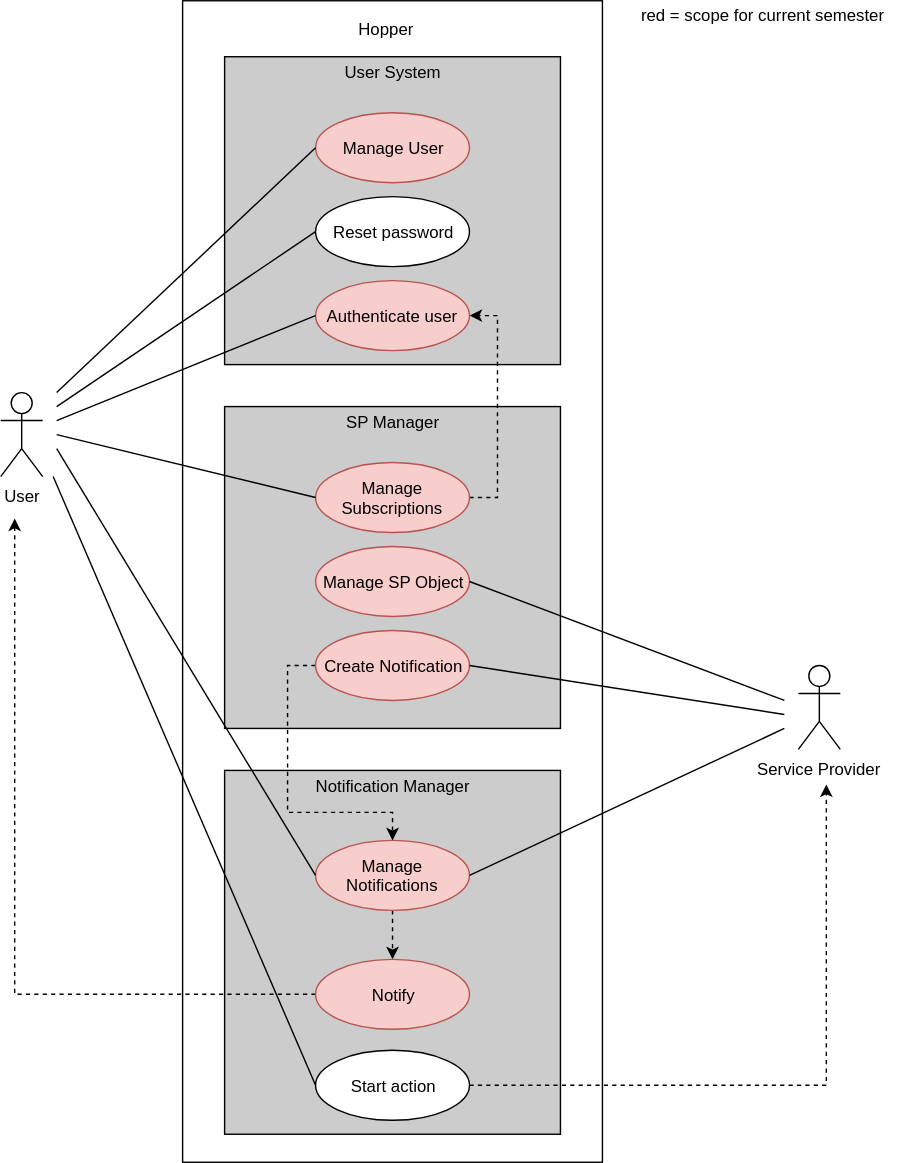
hopperteam/hopper-doc keeps this draw.io diagram as img/ucd.svg. Above is the earlier version. Source tidied: cells renumbered, new cells last; positions are measured from the earlier drawing's top-left corner, leaving out a move shared by most shapes.
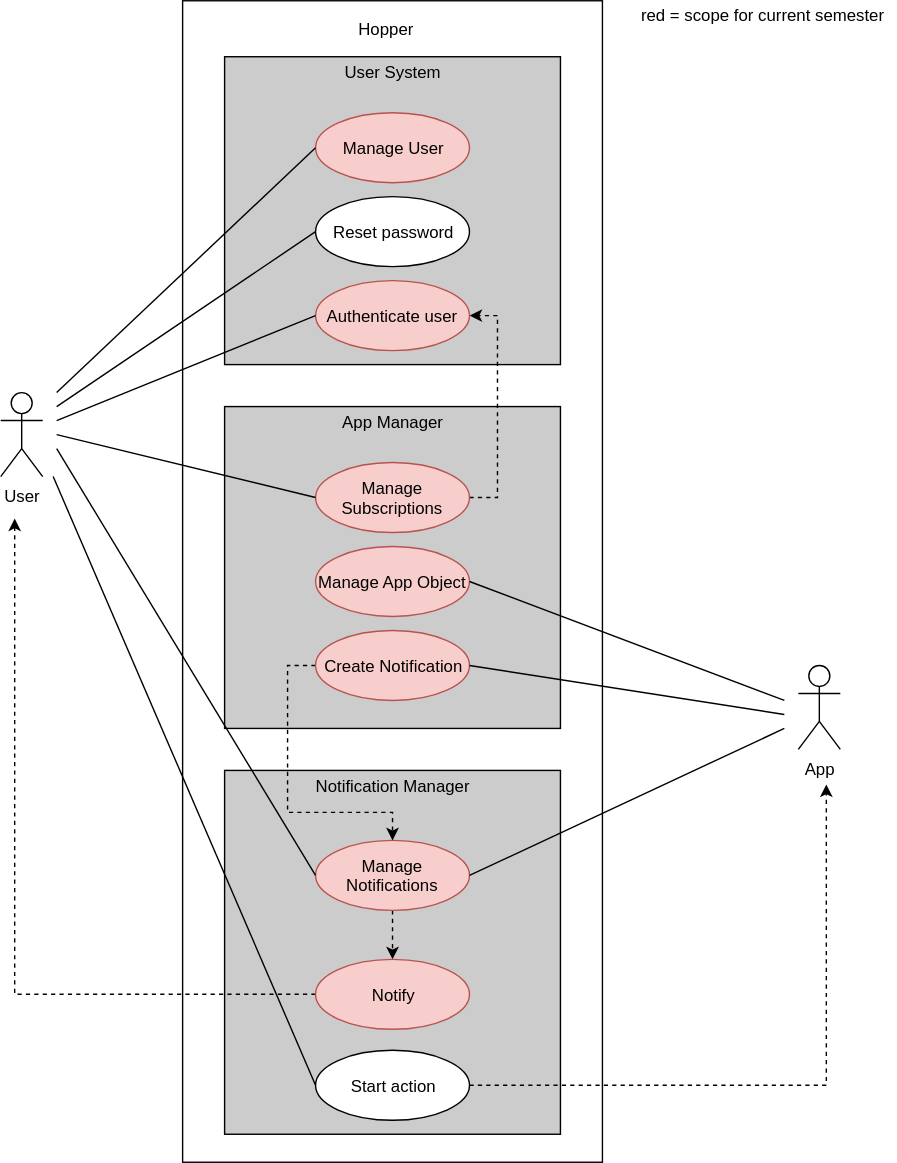
Later version of the same file.

Commit message:
Replace SP with app in SVGs

The edit, as a diff of the source:
```diff
@@ -27,10 +27,10 @@
         <mxPoint x="40" y="290" as="sourcePoint" />
       </mxGeometry>
     </mxCell>
-    <mxCell id="9" value="&lt;p style=&quot;margin: 0px ; margin-top: 4px ; text-align: center&quot;&gt;SP Manager&lt;/p&gt;" style="verticalAlign=top;align=left;overflow=fill;fontSize=12;fontFamily=Helvetica;html=1;gradientColor=none;fillColor=#CCCCCC;" parent="1" vertex="1">
+    <mxCell id="9" value="&lt;p style=&quot;margin: 0px ; margin-top: 4px ; text-align: center&quot;&gt;App Manager&lt;/p&gt;" style="verticalAlign=top;align=left;overflow=fill;fontSize=12;fontFamily=Helvetica;html=1;gradientColor=none;fillColor=#CCCCCC;" parent="1" vertex="1">
       <mxGeometry x="160" y="290" width="240" height="230" as="geometry" />
     </mxCell>
-    <mxCell id="10" value="Manage SP Object" style="ellipse;whiteSpace=wrap;html=1;fillColor=#f8cecc;strokeColor=#b85450;" parent="1" vertex="1">
+    <mxCell id="10" value="Manage App Object" style="ellipse;whiteSpace=wrap;html=1;fillColor=#f8cecc;strokeColor=#b85450;" parent="1" vertex="1">
       <mxGeometry x="225" y="390" width="110" height="50" as="geometry" />
     </mxCell>
     <mxCell id="11" style="edgeStyle=orthogonalEdgeStyle;rounded=0;jettySize=auto;html=1;exitX=1;exitY=0.5;exitDx=0;exitDy=0;entryX=1;entryY=0.5;entryDx=0;entryDy=0;dashed=1;" parent="1" edge="1" source="12" target="13">
@@ -42,7 +42,7 @@
     <mxCell id="13" value="Authenticate user" style="ellipse;whiteSpace=wrap;html=1;fillColor=#f8cecc;strokeColor=#b85450;" parent="1" vertex="1">
       <mxGeometry x="225" y="200" width="110" height="50" as="geometry" />
     </mxCell>
-    <mxCell id="14" value="Service Provider" style="shape=umlActor;verticalLabelPosition=bottom;labelBackgroundColor=#ffffff;verticalAlign=top;html=1;" parent="1" vertex="1">
+    <mxCell id="14" value="App" style="shape=umlActor;verticalLabelPosition=bottom;labelBackgroundColor=#ffffff;verticalAlign=top;html=1;" parent="1" vertex="1">
       <mxGeometry x="570" y="475" width="30" height="60" as="geometry" />
     </mxCell>
     <mxCell id="15" style="endArrow=none;html=1;entryX=1;entryY=0.5;entryDx=0;entryDy=0;" parent="1" edge="1" target="10">
```
